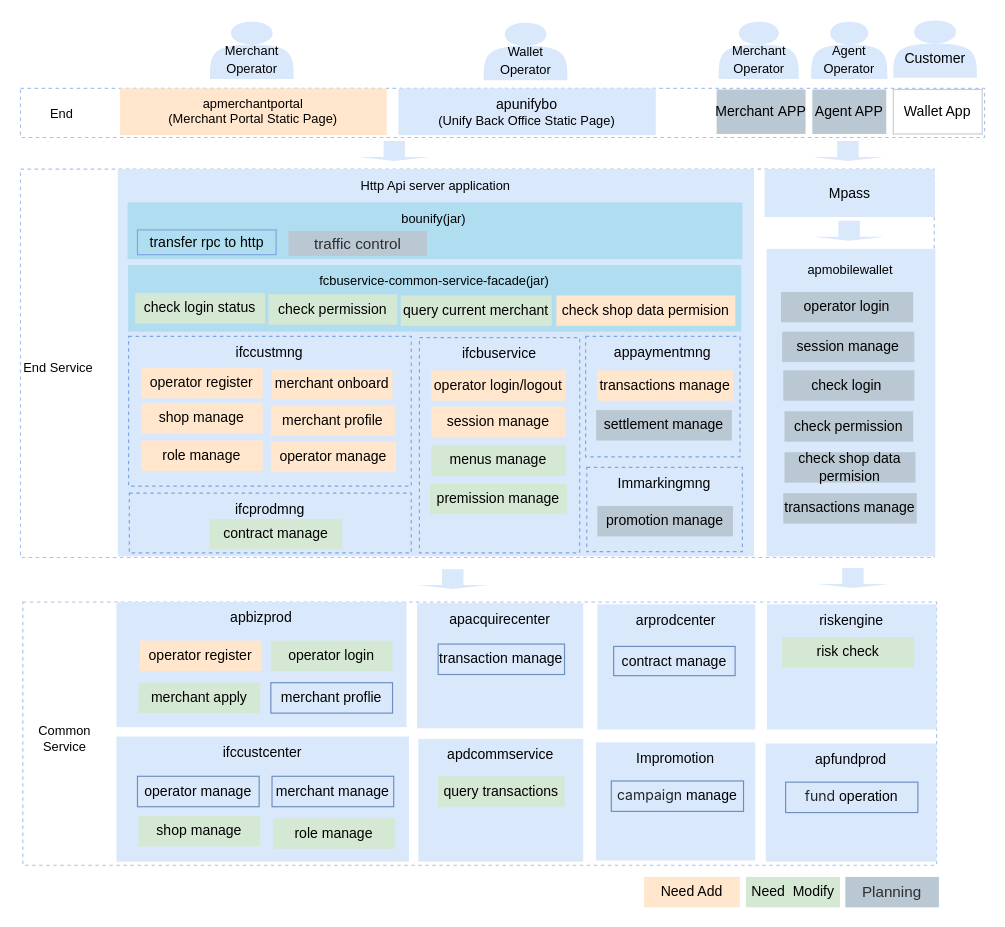
The draw.io diagram page "架构图" (1 of 5) of Merchant portal.drawio in renqiuming/drawio, before the edit. Source tidied: cells renumbered, new cells numbered last; positions are measured from the earlier drawing's top-left corner, leaving out a move shared by most shapes. Both pictures are drawn from the tidied source at 117%, with x=0, y=0 at pixel (20, 20).
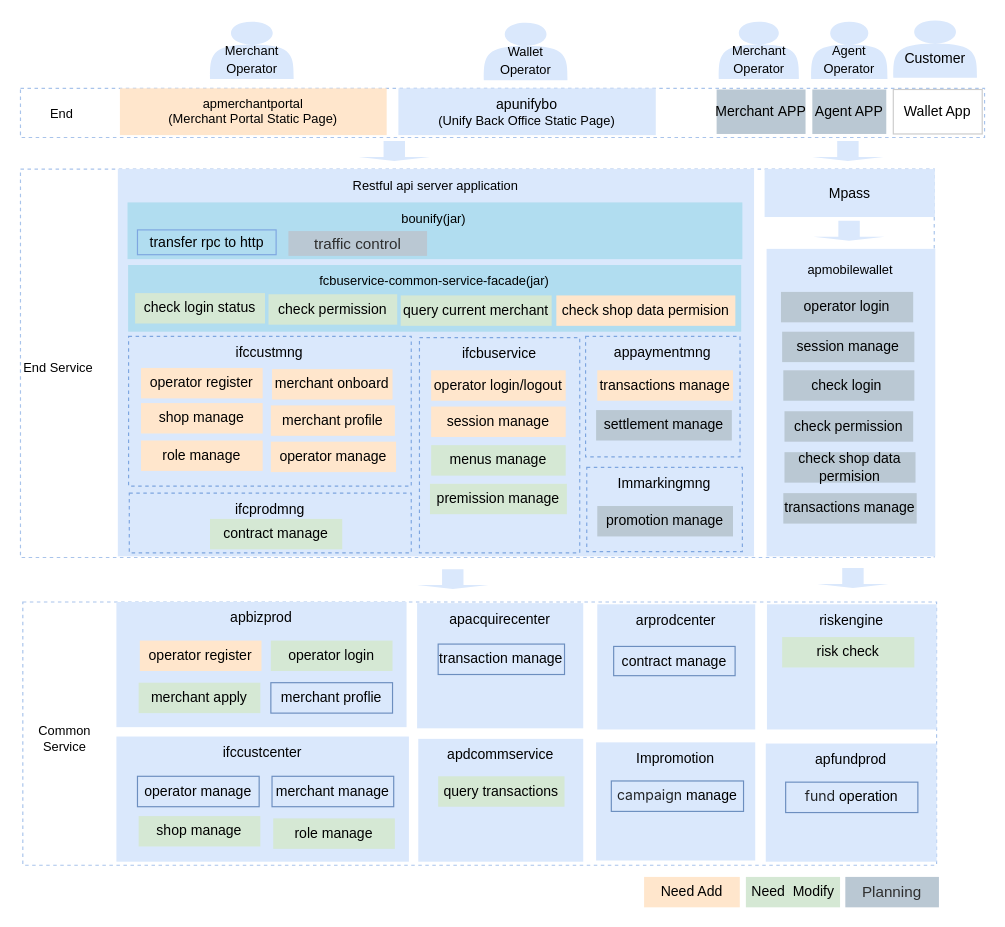
The same diagram, later.

What changed in the source:
```diff
@@
-    <mxCell id="5" value="&lt;span style=&quot;font-size: 11px;&quot;&gt;Http Api server application&lt;/span&gt;" style="rounded=0;whiteSpace=wrap;html=1;fillColor=#dae8fc;strokeColor=none;verticalAlign=top;" parent="1" vertex="1">
+    <mxCell id="5" value="&lt;span style=&quot;font-size: 11px;&quot;&gt;Restful api server application&lt;/span&gt;" style="rounded=0;whiteSpace=wrap;html=1;fillColor=#dae8fc;strokeColor=none;verticalAlign=top;" parent="1" vertex="1">
       <mxGeometry x="83.2" y="127" width="543.8" height="331" as="geometry" />
     </mxCell>
```
